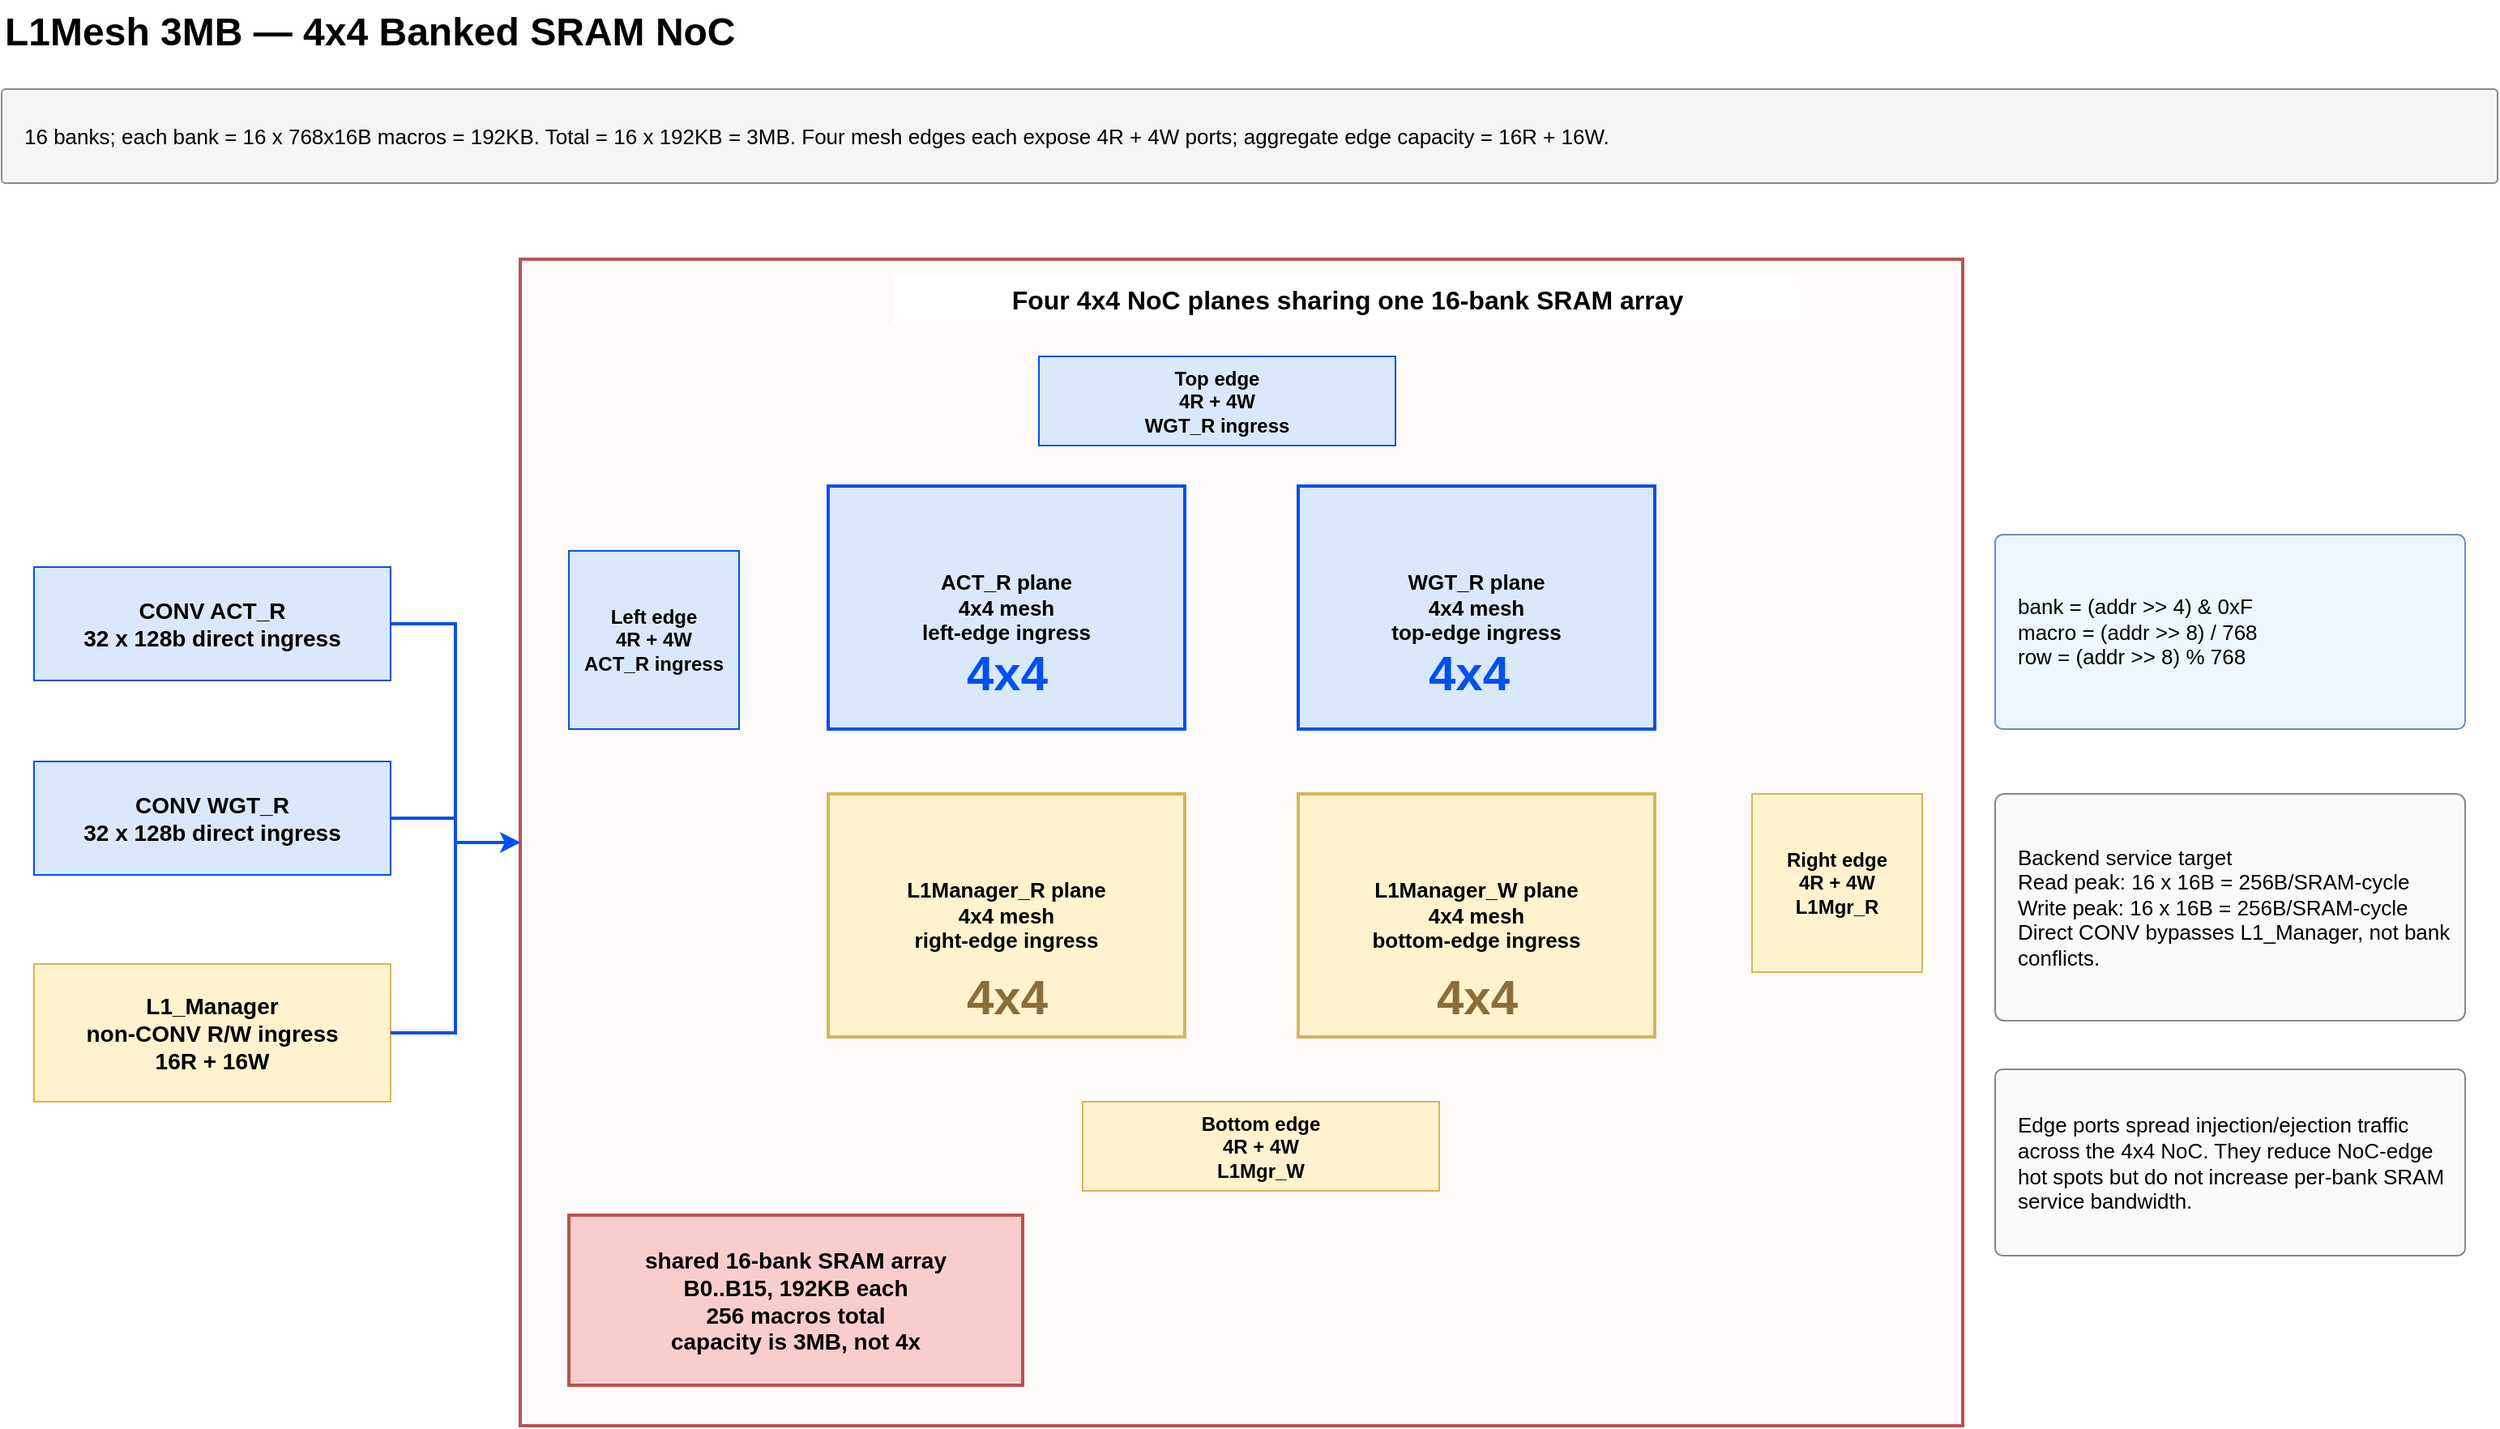
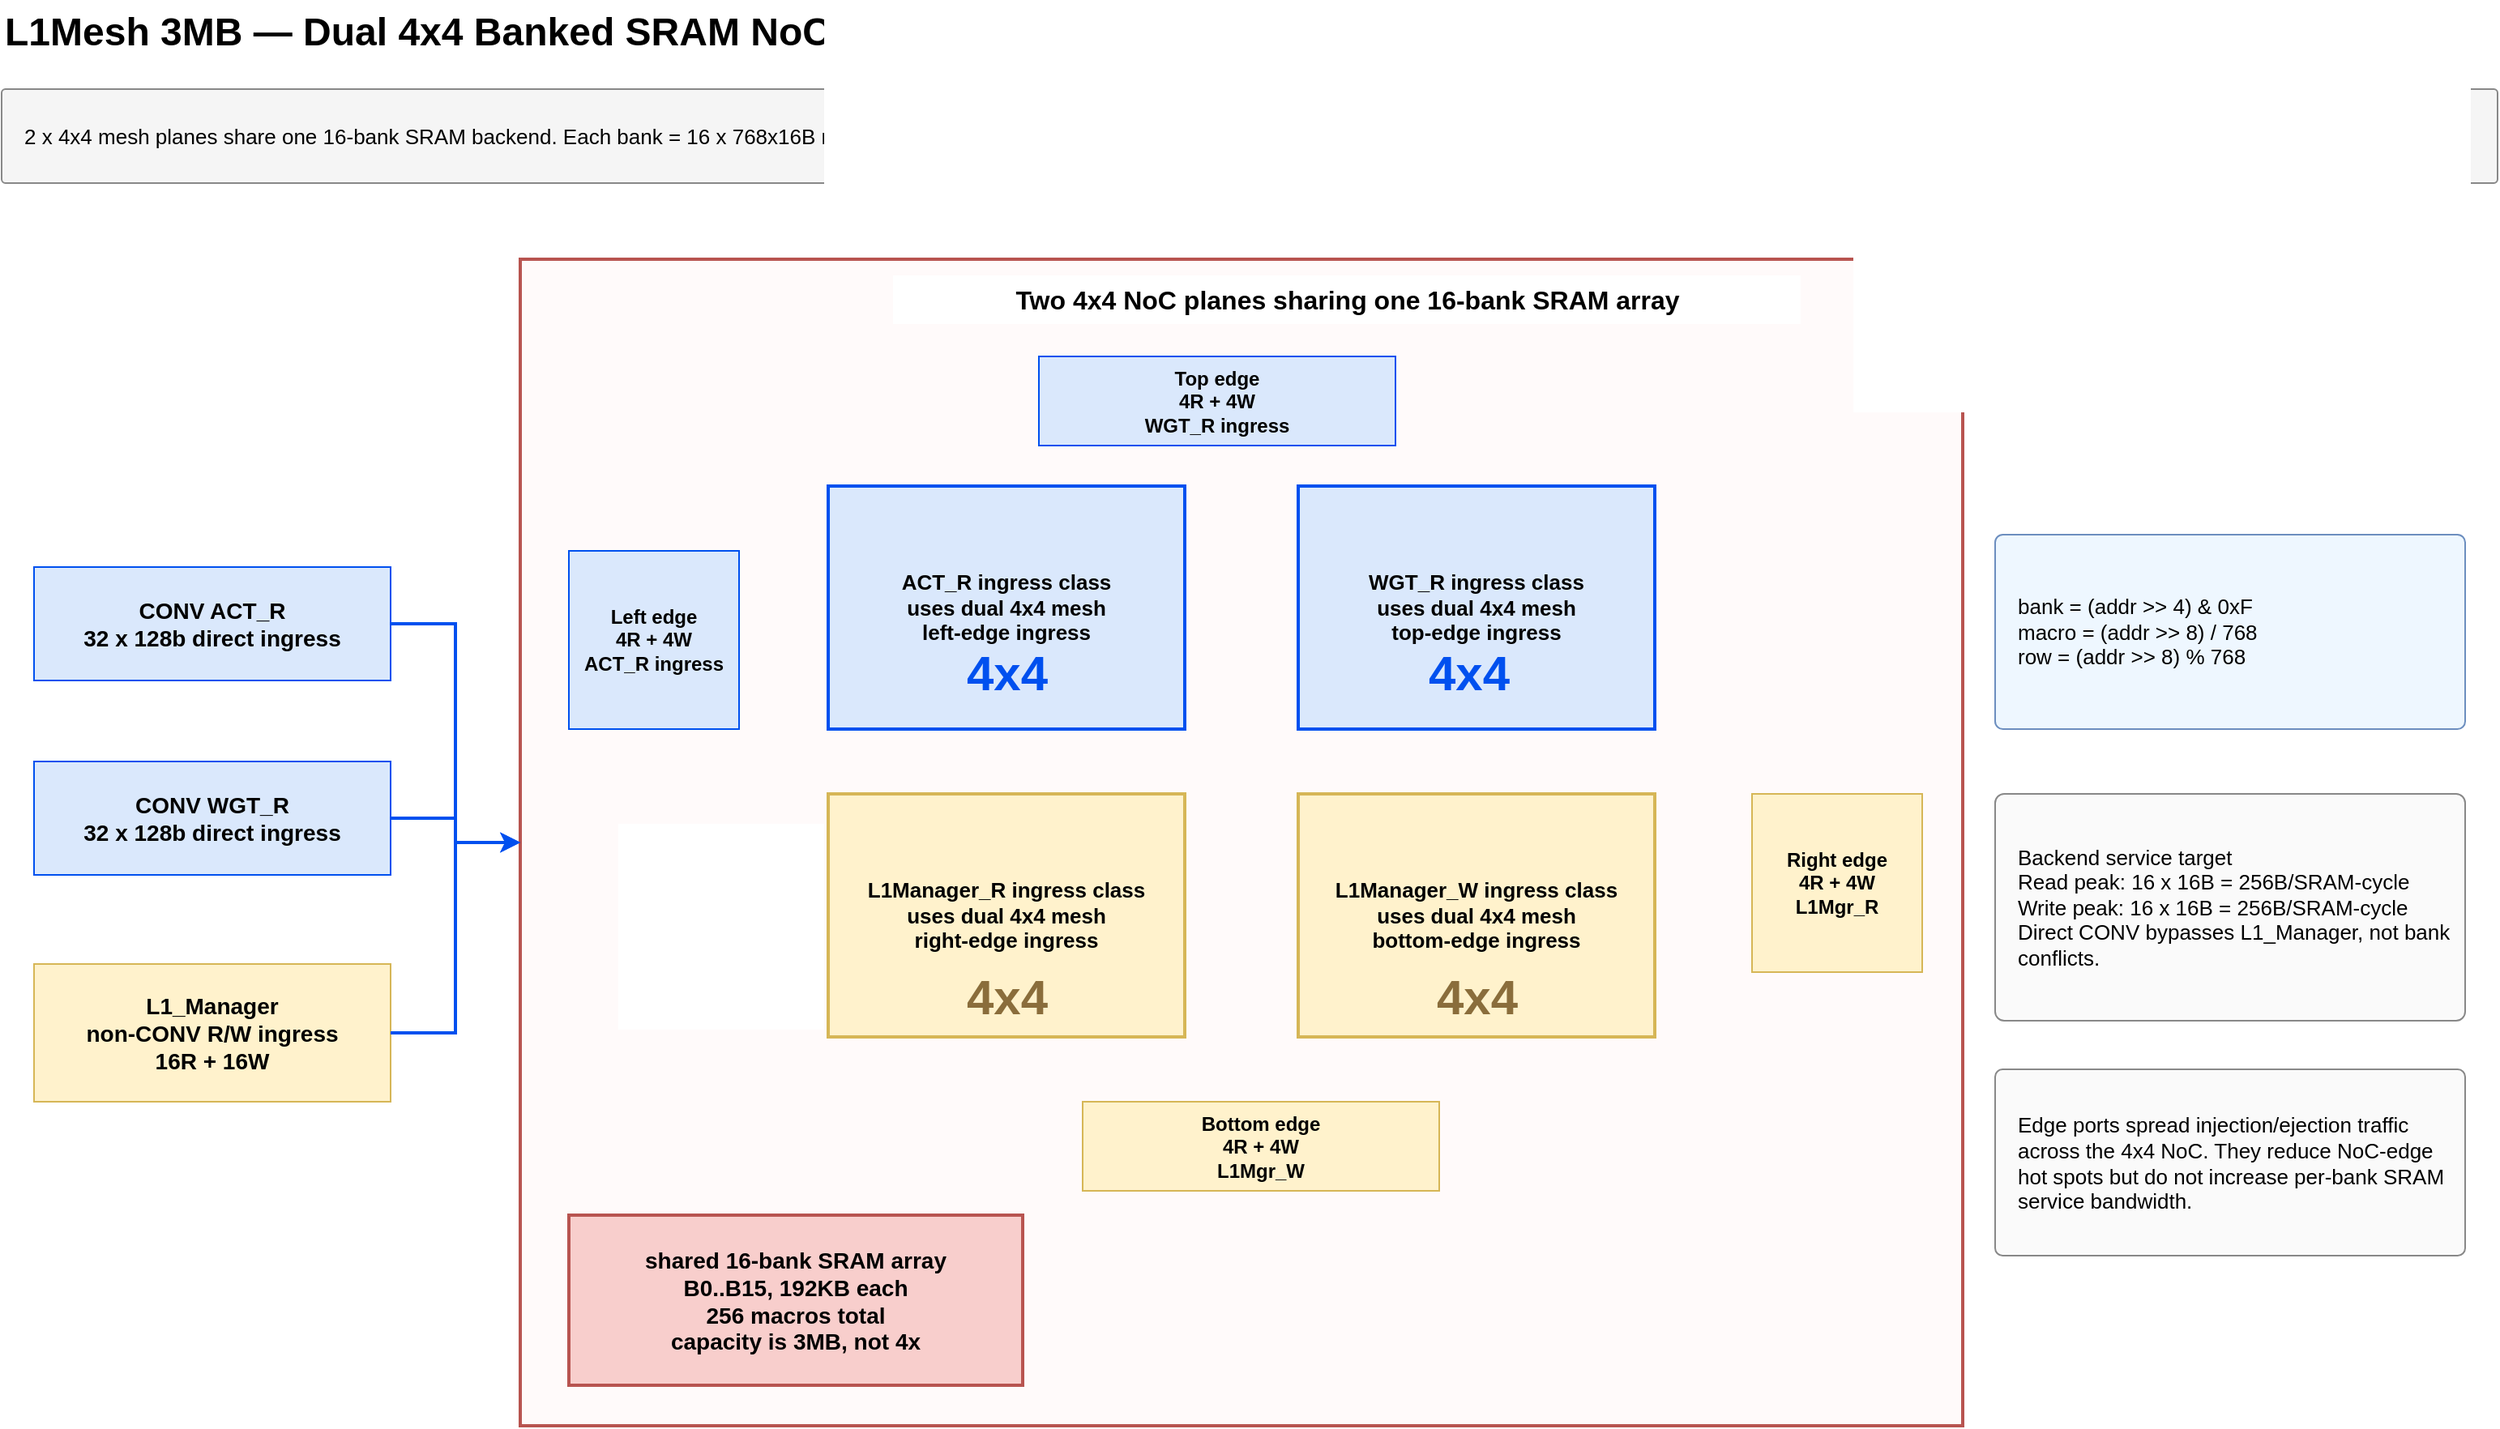
<mxfile host="65bd71144e">
    <diagram name="L1Mesh-4x4-NoC" id="mdla7-l1mesh-4x4-noc">
        <mxGraphModel dx="1672" dy="1814" grid="1" gridSize="10" guides="1" tooltips="1" connect="1" arrows="1" fold="1" page="1" pageScale="1" pageWidth="1654" pageHeight="1169" math="0" shadow="0">
            <root>
                <mxCell id="0"/>
                <mxCell id="1" parent="0"/>
-                 <mxCell id="l1n_title" value="L1Mesh 3MB — 4x4 Banked SRAM NoC" style="text;html=1;fontSize=24;fontStyle=1;align=left;verticalAlign=middle;strokeColor=none;fillColor=none;" parent="1" vertex="1">
+                 <mxCell id="l1n_title" value="L1Mesh 3MB — Dual 4x4 Banked SRAM NoC" style="text;html=1;fontSize=24;fontStyle=1;align=left;verticalAlign=middle;strokeColor=none;fillColor=none;" parent="1" vertex="1">
                    <mxGeometry x="50" y="30" width="900" height="40" as="geometry"/>
                </mxCell>
-                 <mxCell id="l1n_note" value="16 banks; each bank = 16 x 768x16B macros = 192KB. Total = 16 x 192KB = 3MB. Four mesh edges each expose 4R + 4W ports; aggregate edge capacity = 16R + 16W." style="rounded=1;arcSize=4;whiteSpace=wrap;html=1;fillColor=#f5f5f5;strokeColor=#888888;fontSize=13;align=left;verticalAlign=middle;spacingLeft=12;" parent="1" vertex="1">
+                 <mxCell id="l1n_note" value="2 x 4x4 mesh planes share one 16-bank SRAM backend. Each bank = 16 x 768x16B macros = 192KB; total = 3MB. Per plane edge capacity = 16R + 16W; aggregate NoC edge capacity = 32R + 32W. SRAM backend bandwidth is not doubled." style="rounded=1;arcSize=4;whiteSpace=wrap;html=1;fillColor=#f5f5f5;strokeColor=#888888;fontSize=13;align=left;verticalAlign=middle;spacingLeft=12;" parent="1" vertex="1">
                    <mxGeometry x="50" y="85" width="1540" height="58" as="geometry"/>
                </mxCell>
                <mxCell id="l1n_act" value="CONV ACT_R&lt;br/&gt;32 x 128b direct ingress" style="rounded=0;whiteSpace=wrap;html=1;fillColor=#dae8fc;strokeColor=#0050ef;fontSize=14;fontStyle=1;" parent="1" vertex="1">
                    <mxGeometry x="70" y="380" width="220" height="70" as="geometry"/>
                </mxCell>
                <mxCell id="l1n_wgt" value="CONV WGT_R&lt;br/&gt;32 x 128b direct ingress" style="rounded=0;whiteSpace=wrap;html=1;fillColor=#dae8fc;strokeColor=#0050ef;fontSize=14;fontStyle=1;" parent="1" vertex="1">
                    <mxGeometry x="70" y="500" width="220" height="70" as="geometry"/>
                </mxCell>
                <mxCell id="l1n_mgr" value="L1_Manager&lt;br/&gt;non-CONV R/W ingress&lt;br/&gt;16R + 16W" style="rounded=0;whiteSpace=wrap;html=1;fillColor=#fff2cc;strokeColor=#d6b656;fontSize=14;fontStyle=1;" parent="1" vertex="1">
                    <mxGeometry x="70" y="625" width="220" height="85" as="geometry"/>
                </mxCell>
                <mxCell id="l1n_meshbox" value="" style="rounded=0;whiteSpace=wrap;html=1;fillColor=#fffafa;strokeColor=#b85450;strokeWidth=2;" parent="1" vertex="1">
                    <mxGeometry x="370" y="190" width="890" height="720" as="geometry"/>
                </mxCell>
-                 <mxCell id="l1n_meshtitle" value="Four 4x4 NoC planes sharing one 16-bank SRAM array" style="text;html=1;fontSize=16;fontStyle=1;align=center;verticalAlign=middle;strokeColor=none;fillColor=#ffffff;" parent="1" vertex="1">
+                 <mxCell id="l1n_meshtitle" value="Two 4x4 NoC planes sharing one 16-bank SRAM array" style="text;html=1;fontSize=16;fontStyle=1;align=center;verticalAlign=middle;strokeColor=none;fillColor=#ffffff;" parent="1" vertex="1">
                    <mxGeometry x="600" y="200" width="560" height="30" as="geometry"/>
                </mxCell>
                <mxCell id="l1n_edge_top" value="Top edge&lt;br/&gt;4R + 4W&lt;br/&gt;WGT_R ingress" style="rounded=0;whiteSpace=wrap;html=1;fillColor=#dae8fc;strokeColor=#0050ef;fontSize=12;fontStyle=1;" parent="1" vertex="1">
                    <mxGeometry x="690" y="250" width="220" height="55" as="geometry"/>
                </mxCell>
                <mxCell id="l1n_edge_left" value="Left edge&lt;br/&gt;4R + 4W&lt;br/&gt;ACT_R ingress" style="rounded=0;whiteSpace=wrap;html=1;fillColor=#dae8fc;strokeColor=#0050ef;fontSize=12;fontStyle=1;" parent="1" vertex="1">
                    <mxGeometry x="400" y="370" width="105" height="110" as="geometry"/>
                </mxCell>
                <mxCell id="l1n_edge_right" value="Right edge&lt;br/&gt;4R + 4W&lt;br/&gt;L1Mgr_R" style="rounded=0;whiteSpace=wrap;html=1;fillColor=#fff2cc;strokeColor=#d6b656;fontSize=12;fontStyle=1;" parent="1" vertex="1">
                    <mxGeometry x="1130" y="520" width="105" height="110" as="geometry"/>
                </mxCell>
                <mxCell id="l1n_edge_bottom" value="Bottom edge&lt;br/&gt;4R + 4W&lt;br/&gt;L1Mgr_W" style="rounded=0;whiteSpace=wrap;html=1;fillColor=#fff2cc;strokeColor=#d6b656;fontSize=12;fontStyle=1;" parent="1" vertex="1">
                    <mxGeometry x="717" y="710" width="220" height="55" as="geometry"/>
                </mxCell>
-                 <mxCell id="l1n_plane_act" value="ACT_R plane&lt;br/&gt;4x4 mesh&lt;br/&gt;left-edge ingress" style="rounded=0;whiteSpace=wrap;html=1;fillColor=#dae8fc;strokeColor=#0050ef;strokeWidth=2;fontSize=13;fontStyle=1;" parent="1" vertex="1">
+                 <mxCell id="l1n_plane_act" value="ACT_R ingress class&lt;br/&gt;uses dual 4x4 mesh&lt;br/&gt;left-edge ingress" style="rounded=0;whiteSpace=wrap;html=1;fillColor=#dae8fc;strokeColor=#0050ef;strokeWidth=2;fontSize=13;fontStyle=1;" parent="1" vertex="1">
                    <mxGeometry x="560" y="330" width="220" height="150" as="geometry"/>
                </mxCell>
-                 <mxCell id="l1n_plane_wgt" value="WGT_R plane&lt;br/&gt;4x4 mesh&lt;br/&gt;top-edge ingress" style="rounded=0;whiteSpace=wrap;html=1;fillColor=#dae8fc;strokeColor=#0050ef;strokeWidth=2;fontSize=13;fontStyle=1;" parent="1" vertex="1">
+                 <mxCell id="l1n_plane_wgt" value="WGT_R ingress class&lt;br/&gt;uses dual 4x4 mesh&lt;br/&gt;top-edge ingress" style="rounded=0;whiteSpace=wrap;html=1;fillColor=#dae8fc;strokeColor=#0050ef;strokeWidth=2;fontSize=13;fontStyle=1;" parent="1" vertex="1">
                    <mxGeometry x="850" y="330" width="220" height="150" as="geometry"/>
                </mxCell>
-                 <mxCell id="l1n_plane_l1r" value="L1Manager_R plane&lt;br/&gt;4x4 mesh&lt;br/&gt;right-edge ingress" style="rounded=0;whiteSpace=wrap;html=1;fillColor=#fff2cc;strokeColor=#d6b656;strokeWidth=2;fontSize=13;fontStyle=1;" parent="1" vertex="1">
+                 <mxCell id="l1n_plane_l1r" value="L1Manager_R ingress class&lt;br/&gt;uses dual 4x4 mesh&lt;br/&gt;right-edge ingress" style="rounded=0;whiteSpace=wrap;html=1;fillColor=#fff2cc;strokeColor=#d6b656;strokeWidth=2;fontSize=13;fontStyle=1;" parent="1" vertex="1">
                    <mxGeometry x="560" y="520" width="220" height="150" as="geometry"/>
                </mxCell>
-                 <mxCell id="l1n_plane_l1w" value="L1Manager_W plane&lt;br/&gt;4x4 mesh&lt;br/&gt;bottom-edge ingress" style="rounded=0;whiteSpace=wrap;html=1;fillColor=#fff2cc;strokeColor=#d6b656;strokeWidth=2;fontSize=13;fontStyle=1;" parent="1" vertex="1">
+                 <mxCell id="l1n_plane_l1w" value="L1Manager_W ingress class&lt;br/&gt;uses dual 4x4 mesh&lt;br/&gt;bottom-edge ingress" style="rounded=0;whiteSpace=wrap;html=1;fillColor=#fff2cc;strokeColor=#d6b656;strokeWidth=2;fontSize=13;fontStyle=1;" parent="1" vertex="1">
                    <mxGeometry x="850" y="520" width="220" height="150" as="geometry"/>
                </mxCell>
                <mxCell id="l1n_shared_banks" value="shared 16-bank SRAM array&lt;br/&gt;B0..B15, 192KB each&lt;br/&gt;256 macros total&lt;br/&gt;capacity is 3MB, not 4x" style="rounded=0;whiteSpace=wrap;html=1;fillColor=#f8cecc;strokeColor=#b85450;strokeWidth=2;fontSize=14;fontStyle=1;" parent="1" vertex="1">
                    <mxGeometry x="400" y="780" width="280" height="105" as="geometry"/>
                </mxCell>
                <mxCell id="l1n_plane_grid1" value="4x4" style="text;html=1;fontSize=30;fontStyle=1;align=center;verticalAlign=middle;strokeColor=none;fillColor=none;fontColor=#0050ef;" parent="1" vertex="1">
                    <mxGeometry x="615" y="420" width="110" height="50" as="geometry"/>
                </mxCell>
                <mxCell id="l1n_plane_grid2" value="4x4" style="text;html=1;fontSize=30;fontStyle=1;align=center;verticalAlign=middle;strokeColor=none;fillColor=none;fontColor=#0050ef;" parent="1" vertex="1">
                    <mxGeometry x="900" y="420" width="110" height="50" as="geometry"/>
                </mxCell>
                <mxCell id="l1n_plane_grid3" value="4x4" style="text;html=1;fontSize=30;fontStyle=1;align=center;verticalAlign=middle;strokeColor=none;fillColor=none;fontColor=#8a6d3b;" parent="1" vertex="1">
                    <mxGeometry x="615" y="620" width="110" height="50" as="geometry"/>
                </mxCell>
                <mxCell id="l1n_plane_grid4" value="4x4" style="text;html=1;fontSize=30;fontStyle=1;align=center;verticalAlign=middle;strokeColor=none;fillColor=none;fontColor=#8a6d3b;" parent="1" vertex="1">
                    <mxGeometry x="905" y="620" width="110" height="50" as="geometry"/>
                </mxCell>
                <mxCell id="l1n_addr" value="bank = (addr &gt;&gt; 4) &amp;amp; 0xF&lt;br/&gt;macro = (addr &gt;&gt; 8) / 768&lt;br/&gt;row = (addr &gt;&gt; 8) % 768" style="rounded=1;arcSize=4;whiteSpace=wrap;html=1;fillColor=#eef7ff;strokeColor=#6c8ebf;fontSize=13;align=left;verticalAlign=middle;spacingLeft=12;" parent="1" vertex="1">
                    <mxGeometry x="1280" y="360" width="290" height="120" as="geometry"/>
                </mxCell>
                <mxCell id="l1n_bw" value="Backend service target&lt;br/&gt;Read peak: 16 x 16B = 256B/SRAM-cycle&lt;br/&gt;Write peak: 16 x 16B = 256B/SRAM-cycle&lt;br/&gt;Direct CONV bypasses L1_Manager, not bank conflicts." style="rounded=1;arcSize=4;whiteSpace=wrap;html=1;fillColor=#fafafa;strokeColor=#888888;fontSize=13;align=left;verticalAlign=middle;spacingLeft=12;" parent="1" vertex="1">
                    <mxGeometry x="1280" y="520" width="290" height="140" as="geometry"/>
                </mxCell>
                <mxCell id="l1n_edge_note" value="Edge ports spread injection/ejection traffic across the 4x4 NoC. They reduce NoC-edge hot spots but do not increase per-bank SRAM service bandwidth." style="rounded=1;arcSize=4;whiteSpace=wrap;html=1;fillColor=#fafafa;strokeColor=#888888;fontSize=13;align=left;verticalAlign=middle;spacingLeft=12;" parent="1" vertex="1">
                    <mxGeometry x="1280" y="690" width="290" height="115" as="geometry"/>
                </mxCell>
                <mxCell id="l1n_e_act" value="" style="endArrow=classic;html=1;rounded=0;strokeColor=#0050ef;strokeWidth=2;edgeStyle=orthogonalEdgeStyle;" parent="1" source="l1n_act" target="l1n_meshbox" edge="1">
                    <mxGeometry relative="1" as="geometry"/>
                </mxCell>
                <mxCell id="l1n_e_wgt" value="" style="endArrow=classic;html=1;rounded=0;strokeColor=#0050ef;strokeWidth=2;edgeStyle=orthogonalEdgeStyle;" parent="1" source="l1n_wgt" target="l1n_meshbox" edge="1">
                    <mxGeometry relative="1" as="geometry"/>
                </mxCell>
                <mxCell id="l1n_e_mgr" value="" style="endArrow=classic;html=1;rounded=0;strokeColor=#0050ef;strokeWidth=2;edgeStyle=orthogonalEdgeStyle;" parent="1" source="l1n_mgr" target="l1n_meshbox" edge="1">
                    <mxGeometry relative="1" as="geometry"/>
                </mxCell>
            </root>
        </mxGraphModel>
    </diagram>
    <diagram name="L1Mesh-Arbitration" id="mdla7-l1mesh-arbitration">
        <mxGraphModel dx="836" dy="907" grid="1" gridSize="10" guides="1" tooltips="1" connect="1" arrows="1" fold="1" page="1" pageScale="1" pageWidth="1654" pageHeight="1169" math="0" shadow="0">
            <root>
                <mxCell id="0"/>
                <mxCell id="1" parent="0"/>
                <mxCell id="arb_title" value="L1Mesh Request Arbitration" style="text;html=1;fontSize=24;fontStyle=1;align=left;verticalAlign=middle;strokeColor=none;fillColor=none;" parent="1" vertex="1">
                    <mxGeometry x="50" y="35" width="700" height="40" as="geometry"/>
                </mxCell>
                <mxCell id="arb_act" value="CONV ACT_R&lt;br/&gt;direct ingress&lt;br/&gt;highest read priority" style="rounded=0;whiteSpace=wrap;html=1;fillColor=#dae8fc;strokeColor=#0050ef;fontSize=14;fontStyle=1;" parent="1" vertex="1">
                    <mxGeometry x="80" y="180" width="260" height="90" as="geometry"/>
                </mxCell>
                <mxCell id="arb_wgt" value="CONV WGT_R&lt;br/&gt;direct ingress&lt;br/&gt;second read priority" style="rounded=0;whiteSpace=wrap;html=1;fillColor=#dae8fc;strokeColor=#0050ef;fontSize=14;fontStyle=1;" parent="1" vertex="1">
                    <mxGeometry x="80" y="330" width="260" height="90" as="geometry"/>
                </mxCell>
                <mxCell id="arb_l1r" value="L1Manager_R&lt;br/&gt;Requant / EWE / POOL / TNPS / UDMA" style="rounded=0;whiteSpace=wrap;html=1;fillColor=#fff2cc;strokeColor=#d6b656;fontSize=14;fontStyle=1;" parent="1" vertex="1">
                    <mxGeometry x="80" y="480" width="260" height="90" as="geometry"/>
                </mxCell>
                <mxCell id="arb_l1w" value="L1Manager_W&lt;br/&gt;write ingress" style="rounded=0;whiteSpace=wrap;html=1;fillColor=#fff2cc;strokeColor=#d6b656;fontSize=14;fontStyle=1;" parent="1" vertex="1">
                    <mxGeometry x="80" y="660" width="260" height="75" as="geometry"/>
                </mxCell>
                <mxCell id="arb_read" value="per-bank read arbiter&lt;br/&gt;1 ACT_R&lt;br/&gt;2 WGT_R&lt;br/&gt;3 L1Manager_R" style="rounded=0;whiteSpace=wrap;html=1;fillColor=#e1d5e7;strokeColor=#9673a6;fontSize=15;fontStyle=1;" parent="1" vertex="1">
                    <mxGeometry x="520" y="260" width="260" height="180" as="geometry"/>
                </mxCell>
                <mxCell id="arb_write" value="per-bank write slot&lt;br/&gt;L1Manager_W&lt;br/&gt;independent from read slot if dual-lane" style="rounded=0;whiteSpace=wrap;html=1;fillColor=#e1d5e7;strokeColor=#9673a6;fontSize=15;fontStyle=1;" parent="1" vertex="1">
                    <mxGeometry x="520" y="610" width="260" height="140" as="geometry"/>
                </mxCell>
                <mxCell id="arb_bank" value="selected bank tile&lt;br/&gt;16B read beat&lt;br/&gt;16B write beat&lt;br/&gt;per SRAM cycle" style="rounded=0;whiteSpace=wrap;html=1;fillColor=#f8cecc;strokeColor=#b85450;strokeWidth=2;fontSize=15;fontStyle=1;" parent="1" vertex="1">
                    <mxGeometry x="980" y="385" width="260" height="190" as="geometry"/>
                </mxCell>
                <mxCell id="arb_read_out" value="read data to requester" style="rounded=0;whiteSpace=wrap;html=1;fillColor=#d5e8d4;strokeColor=#82b366;fontSize=14;fontStyle=1;" parent="1" vertex="1">
                    <mxGeometry x="1350" y="300" width="220" height="70" as="geometry"/>
                </mxCell>
                <mxCell id="arb_note" value="Direct CONV ingress bypasses L1_Manager arbitration, but all requests still converge at per-bank service. This keeps compute reads preferred without pretending the SRAM has unlimited read ports." style="rounded=1;arcSize=4;whiteSpace=wrap;html=1;fillColor=#fafafa;strokeColor=#888888;fontSize=14;align=left;verticalAlign=middle;spacingLeft=14;" parent="1" vertex="1">
                    <mxGeometry x="970" y="650" width="560" height="100" as="geometry"/>
                </mxCell>
                <mxCell id="arb_e1" value="" style="endArrow=classic;html=1;rounded=0;strokeColor=#0050ef;strokeWidth=2;edgeStyle=orthogonalEdgeStyle;" parent="1" source="arb_act" target="arb_read" edge="1">
                    <mxGeometry relative="1" as="geometry"/>
                </mxCell>
                <mxCell id="arb_e2" value="" style="endArrow=classic;html=1;rounded=0;strokeColor=#0050ef;strokeWidth=2;edgeStyle=orthogonalEdgeStyle;" parent="1" source="arb_wgt" target="arb_read" edge="1">
                    <mxGeometry relative="1" as="geometry"/>
                </mxCell>
                <mxCell id="arb_e3" value="" style="endArrow=classic;html=1;rounded=0;strokeColor=#0050ef;strokeWidth=2;edgeStyle=orthogonalEdgeStyle;" parent="1" source="arb_l1r" target="arb_read" edge="1">
                    <mxGeometry relative="1" as="geometry"/>
                </mxCell>
                <mxCell id="arb_e4" value="" style="endArrow=classic;html=1;rounded=0;strokeColor=#0050ef;strokeWidth=2;edgeStyle=orthogonalEdgeStyle;" parent="1" source="arb_l1w" target="arb_write" edge="1">
                    <mxGeometry relative="1" as="geometry"/>
                </mxCell>
                <mxCell id="arb_e5" value="" style="endArrow=classic;html=1;rounded=0;strokeColor=#0050ef;strokeWidth=2;edgeStyle=orthogonalEdgeStyle;" parent="1" source="arb_read" target="arb_bank" edge="1">
                    <mxGeometry relative="1" as="geometry"/>
                </mxCell>
                <mxCell id="arb_e6" value="" style="endArrow=classic;html=1;rounded=0;strokeColor=#0050ef;strokeWidth=2;edgeStyle=orthogonalEdgeStyle;" parent="1" source="arb_write" target="arb_bank" edge="1">
                    <mxGeometry relative="1" as="geometry"/>
                </mxCell>
                <mxCell id="arb_e7" value="" style="endArrow=classic;html=1;rounded=0;strokeColor=#82b366;strokeWidth=2;edgeStyle=orthogonalEdgeStyle;" parent="1" source="arb_bank" target="arb_read_out" edge="1">
                    <mxGeometry relative="1" as="geometry"/>
                </mxCell>
            </root>
        </mxGraphModel>
    </diagram>
    <diagram name="L1Mesh-Bank-Tile" id="mdla7-l1mesh-bank-tile">
        <mxGraphModel dx="897" dy="868" grid="1" gridSize="10" guides="1" tooltips="1" connect="1" arrows="1" fold="1" page="1" pageScale="1" pageWidth="1654" pageHeight="1169" math="0" shadow="0">
            <root>
                <mxCell id="0"/>
                <mxCell id="1" parent="0"/>
                <mxCell id="bt_title" value="L1Mesh Bank Tile — 192KB" style="text;html=1;fontSize=24;fontStyle=1;align=left;verticalAlign=middle;strokeColor=none;fillColor=none;" parent="1" vertex="1">
                    <mxGeometry x="50" y="35" width="700" height="40" as="geometry"/>
                </mxCell>
                <mxCell id="bt_tile" value="One L1Mesh bank tile&lt;br/&gt;192KB = 16 macros x 12KB" style="rounded=0;whiteSpace=wrap;html=1;fillColor=#f8cecc;strokeColor=#b85450;strokeWidth=2;fontSize=16;fontStyle=1;" parent="1" vertex="1">
                    <mxGeometry x="420" y="120" width="760" height="760" as="geometry"/>
                </mxCell>
                <mxCell id="bt_arb" value="local bank arbiter&lt;br/&gt;read priority:&lt;br/&gt;1 ACT_R&lt;br/&gt;2 WGT_R&lt;br/&gt;3 L1Mgr_R&lt;br/&gt;write: L1Mgr_W" style="rounded=0;whiteSpace=wrap;html=1;fillColor=#fff2cc;strokeColor=#d6b656;fontSize=13;fontStyle=1;align=center;" parent="1" vertex="1">
                    <mxGeometry x="490" y="180" width="170" height="160" as="geometry"/>
                </mxCell>
                <mxCell id="bt_dec" value="decoder&lt;br/&gt;macro_id = line / 768&lt;br/&gt;row = line % 768" style="rounded=0;whiteSpace=wrap;html=1;fillColor=#e1d5e7;strokeColor=#9673a6;fontSize=13;align=center;" parent="1" vertex="1">
                    <mxGeometry x="710" y="180" width="210" height="110" as="geometry"/>
                </mxCell>
                <mxCell id="bt_port" value="bank SRAM port&lt;br/&gt;1 x 16B read beat&lt;br/&gt;1 x 16B write beat&lt;br/&gt;per SRAM cycle" style="rounded=0;whiteSpace=wrap;html=1;fillColor=#d5e8d4;strokeColor=#82b366;fontSize=13;fontStyle=1;align=center;" parent="1" vertex="1">
                    <mxGeometry x="970" y="180" width="160" height="130" as="geometry"/>
                </mxCell>
                <mxCell id="bt_m0" value="M0&lt;br/&gt;768x16B" style="rounded=0;whiteSpace=wrap;html=1;fillColor=#fffafa;strokeColor=#b85450;fontSize=12;" parent="1" vertex="1">
                    <mxGeometry x="500" y="420" width="120" height="65" as="geometry"/>
                </mxCell>
                <mxCell id="bt_m1" value="M1&lt;br/&gt;768x16B" style="rounded=0;whiteSpace=wrap;html=1;fillColor=#fffafa;strokeColor=#b85450;fontSize=12;" parent="1" vertex="1">
                    <mxGeometry x="650" y="420" width="120" height="65" as="geometry"/>
                </mxCell>
                <mxCell id="bt_m2" value="M2&lt;br/&gt;768x16B" style="rounded=0;whiteSpace=wrap;html=1;fillColor=#fffafa;strokeColor=#b85450;fontSize=12;" parent="1" vertex="1">
                    <mxGeometry x="800" y="420" width="120" height="65" as="geometry"/>
                </mxCell>
                <mxCell id="bt_m3" value="M3&lt;br/&gt;768x16B" style="rounded=0;whiteSpace=wrap;html=1;fillColor=#fffafa;strokeColor=#b85450;fontSize=12;" parent="1" vertex="1">
                    <mxGeometry x="950" y="420" width="120" height="65" as="geometry"/>
                </mxCell>
                <mxCell id="bt_m4" value="M4" style="rounded=0;whiteSpace=wrap;html=1;fillColor=#fffafa;strokeColor=#b85450;fontSize=12;" parent="1" vertex="1">
                    <mxGeometry x="500" y="525" width="120" height="55" as="geometry"/>
                </mxCell>
                <mxCell id="bt_m5" value="M5" style="rounded=0;whiteSpace=wrap;html=1;fillColor=#fffafa;strokeColor=#b85450;fontSize=12;" parent="1" vertex="1">
                    <mxGeometry x="650" y="525" width="120" height="55" as="geometry"/>
                </mxCell>
                <mxCell id="bt_m6" value="M6" style="rounded=0;whiteSpace=wrap;html=1;fillColor=#fffafa;strokeColor=#b85450;fontSize=12;" parent="1" vertex="1">
                    <mxGeometry x="800" y="525" width="120" height="55" as="geometry"/>
                </mxCell>
                <mxCell id="bt_m7" value="M7" style="rounded=0;whiteSpace=wrap;html=1;fillColor=#fffafa;strokeColor=#b85450;fontSize=12;" parent="1" vertex="1">
                    <mxGeometry x="950" y="525" width="120" height="55" as="geometry"/>
                </mxCell>
                <mxCell id="bt_m8" value="M8" style="rounded=0;whiteSpace=wrap;html=1;fillColor=#fffafa;strokeColor=#b85450;fontSize=12;" parent="1" vertex="1">
                    <mxGeometry x="500" y="620" width="120" height="55" as="geometry"/>
                </mxCell>
                <mxCell id="bt_m9" value="M9" style="rounded=0;whiteSpace=wrap;html=1;fillColor=#fffafa;strokeColor=#b85450;fontSize=12;" parent="1" vertex="1">
                    <mxGeometry x="650" y="620" width="120" height="55" as="geometry"/>
                </mxCell>
                <mxCell id="bt_m10" value="M10" style="rounded=0;whiteSpace=wrap;html=1;fillColor=#fffafa;strokeColor=#b85450;fontSize=12;" parent="1" vertex="1">
                    <mxGeometry x="800" y="620" width="120" height="55" as="geometry"/>
                </mxCell>
                <mxCell id="bt_m11" value="M11" style="rounded=0;whiteSpace=wrap;html=1;fillColor=#fffafa;strokeColor=#b85450;fontSize=12;" parent="1" vertex="1">
                    <mxGeometry x="950" y="620" width="120" height="55" as="geometry"/>
                </mxCell>
                <mxCell id="bt_m12" value="M12" style="rounded=0;whiteSpace=wrap;html=1;fillColor=#fffafa;strokeColor=#b85450;fontSize=12;" parent="1" vertex="1">
                    <mxGeometry x="500" y="715" width="120" height="55" as="geometry"/>
                </mxCell>
                <mxCell id="bt_m13" value="M13" style="rounded=0;whiteSpace=wrap;html=1;fillColor=#fffafa;strokeColor=#b85450;fontSize=12;" parent="1" vertex="1">
                    <mxGeometry x="650" y="715" width="120" height="55" as="geometry"/>
                </mxCell>
                <mxCell id="bt_m14" value="M14" style="rounded=0;whiteSpace=wrap;html=1;fillColor=#fffafa;strokeColor=#b85450;fontSize=12;" parent="1" vertex="1">
                    <mxGeometry x="800" y="715" width="120" height="55" as="geometry"/>
                </mxCell>
                <mxCell id="bt_m15" value="M15" style="rounded=0;whiteSpace=wrap;html=1;fillColor=#fffafa;strokeColor=#b85450;fontSize=12;" parent="1" vertex="1">
                    <mxGeometry x="950" y="715" width="120" height="55" as="geometry"/>
                </mxCell>
                <mxCell id="bt_inputs" value="Ingress to each bank tile&lt;br/&gt;ACT_R direct&lt;br/&gt;WGT_R direct&lt;br/&gt;L1Manager_R&lt;br/&gt;L1Manager_W" style="rounded=1;arcSize=4;whiteSpace=wrap;html=1;fillColor=#eef7ff;strokeColor=#6c8ebf;fontSize=14;align=left;verticalAlign=middle;spacingLeft=14;" parent="1" vertex="1">
                    <mxGeometry x="80" y="260" width="250" height="165" as="geometry"/>
                </mxCell>
                <mxCell id="bt_calc" value="Capacity math&lt;br/&gt;macro = 768 x 16B = 12KB&lt;br/&gt;bank = 16 macros = 192KB&lt;br/&gt;mesh = 16 banks = 3MB" style="rounded=1;arcSize=4;whiteSpace=wrap;html=1;fillColor=#fafafa;strokeColor=#888888;fontSize=14;align=left;verticalAlign=middle;spacingLeft=14;" parent="1" vertex="1">
                    <mxGeometry x="80" y="500" width="250" height="150" as="geometry"/>
                </mxCell>
            </root>
        </mxGraphModel>
    </diagram>
- </mxfile>+ </mxfile>
